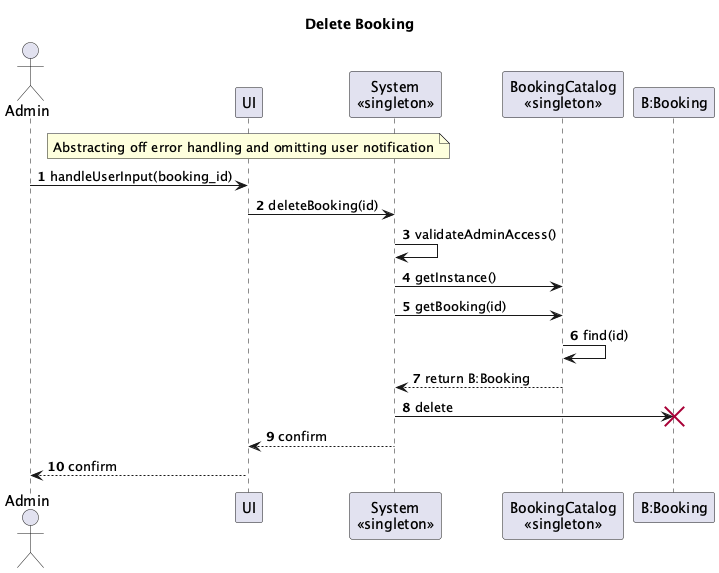
Earlier version of the PlantUML export System-Diagrams/UML Interaction/Admin/Admin-Interaction-Diagrams_003.png (vibqetowi/soen-342-project).
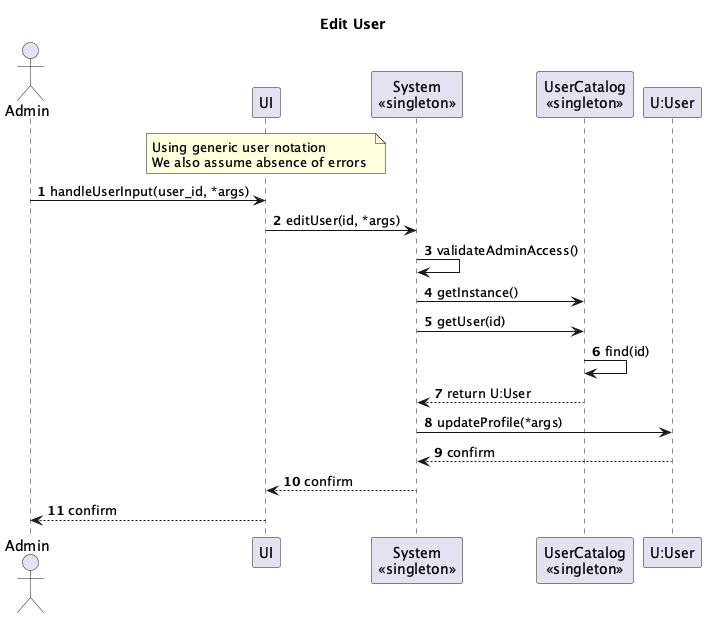
The same file after the commit.

What changed in the source:
```diff
@@ -2,26 +2,29 @@
 actor Admin
 participant UI
 participant "System\n<<singleton>>" as System
-participant "BookingCatalog\n<<singleton>>" as BookingCatalog
-participant "B:Booking" as Booking
+participant "UserCatalog\n<<singleton>>" as UserCatalog
+participant "U:User" as User
 
-title Delete Booking
 note over UI
-Abstracting off error handling and omitting user notification
+Using generic user notation
+We also assume absence of errors
 end note
+
+title Edit User
 
 autonumber
 
-Admin -> UI: handleUserInput(booking_id)
-UI -> System: deleteBooking(id)
+Admin -> UI: handleUserInput(user_id, *args)
+UI -> System: editUser(id, *args)
 
-    System -> System: validateAdminAccess()
-    System -> BookingCatalog: getInstance()
-    System -> BookingCatalog: getBooking(id)
-    BookingCatalog -> BookingCatalog: find(id)
-    BookingCatalog --> System: return B:Booking
-    System -> Booking !!: delete
-    System --> UI: confirm
-    UI --> Admin: confirm
+System -> System: validateAdminAccess()
+System -> UserCatalog: getInstance()
+System -> UserCatalog: getUser(id)
+UserCatalog -> UserCatalog: find(id)
+UserCatalog --> System: return U:User
 
+System -> User: updateProfile(*args)
+User --> System: confirm
+System --> UI: confirm
+UI --> Admin: confirm
 @enduml
```
